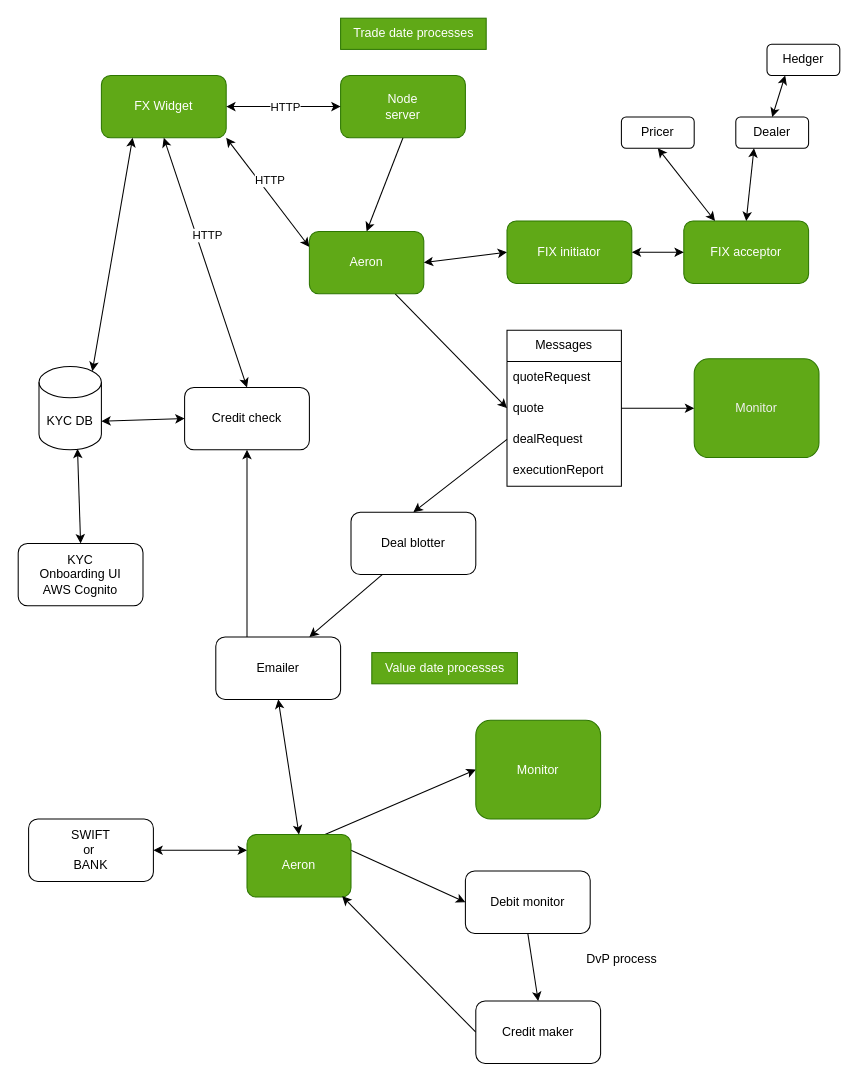
This is arch.drawio from rupweb/ws-front-end, a draw.io file, before an edit. Source tidied: cells renumbered, new cells numbered last; positions are measured from the earlier drawing's top-left corner, leaving out a move shared by most shapes. Both pictures are drawn from the tidied source at 104%, with x=0, y=0 at pixel (18, 18).
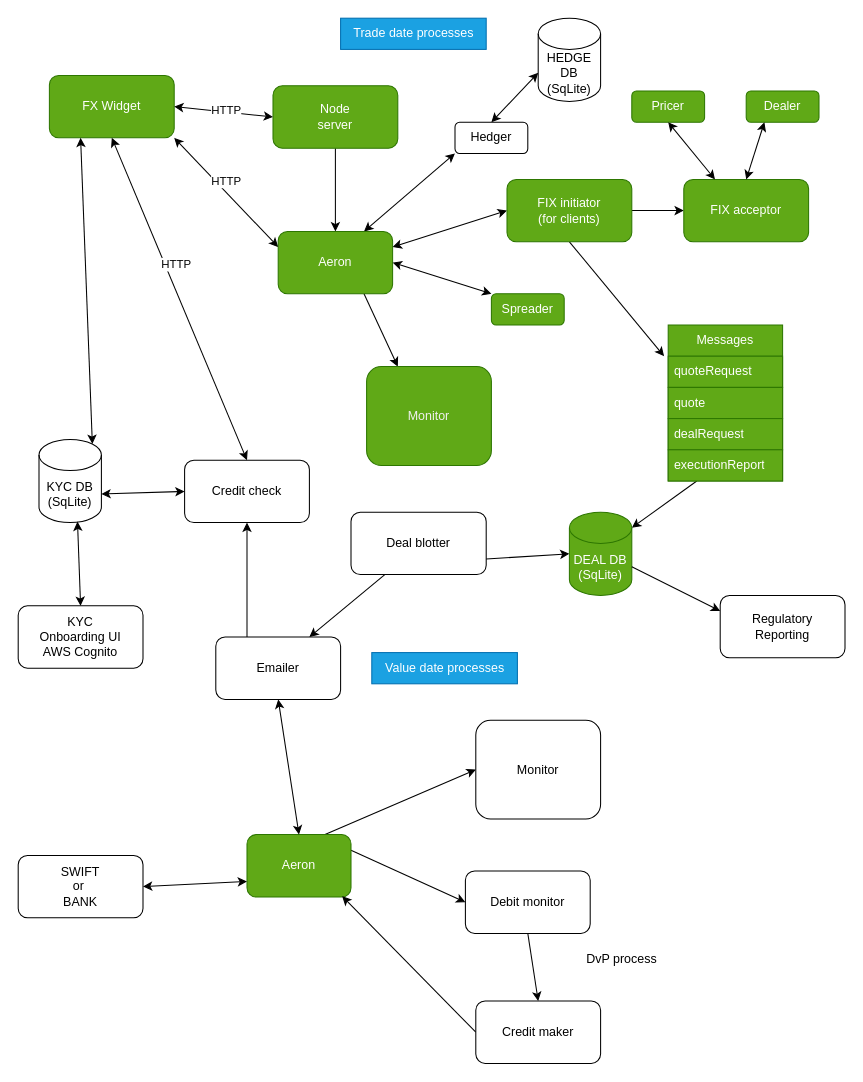
The same page after the edit.

Commit message (it also covers changes not shown here):
Update aeron channels. Get spreader & hedger going

The change refers to these unchanged cells:
```xml
<mxCell id="48" value="Aeron" style="rounded=1;whiteSpace=wrap;html=1;fillColor=#60a917;fontColor=#ffffff;strokeColor=#2D7600;" parent="1" vertex="1">
  <mxGeometry x="220" y="785" width="100" height="60" as="geometry" />
</mxCell>
```

Change to the diagram source:
```diff
@@
     <mxCell id="2" value="FX Widget" style="rounded=1;whiteSpace=wrap;html=1;fillColor=#60a917;fontColor=#ffffff;strokeColor=#2D7600;" parent="1" vertex="1">
-      <mxGeometry x="80" y="55" width="120" height="60" as="geometry" />
+      <mxGeometry x="30" y="55" width="120" height="60" as="geometry" />
     </mxCell>
@@
     <mxCell id="4" value="Node&lt;br&gt;server" style="rounded=1;whiteSpace=wrap;html=1;fillColor=#60a917;fontColor=#ffffff;strokeColor=#2D7600;" parent="1" vertex="1">
-      <mxGeometry x="310" y="55" width="120" height="60" as="geometry" />
+      <mxGeometry x="245" y="65" width="120" height="60" as="geometry" />
     </mxCell>
@@
+    <mxCell id="55" style="edgeStyle=none;html=1;exitX=0.25;exitY=1;exitDx=0;exitDy=0;entryX=1;entryY=0;entryDx=0;entryDy=15;entryPerimeter=0;" parent="1" edge="1" source="7" target="63">
+      <mxGeometry relative="1" as="geometry" />
+    </mxCell>
-    <mxCell id="7" value="Messages" style="swimlane;fontStyle=0;horizontal=1;startSize=30;whiteSpace=wrap;html=1;" parent="1" vertex="1">
-      <mxGeometry x="470" y="300" width="110" height="150" as="geometry" />
+    <mxCell id="7" value="Messages" style="swimlane;fontStyle=0;horizontal=1;startSize=30;whiteSpace=wrap;html=1;fillColor=#60a917;fontColor=#ffffff;strokeColor=#2D7600;" parent="1" vertex="1">
+      <mxGeometry x="625" y="295" width="110" height="150" as="geometry" />
     </mxCell>
-    <mxCell id="8" value="quoteRequest" style="text;strokeColor=none;fillColor=none;align=left;verticalAlign=middle;spacingLeft=4;spacingRight=4;overflow=hidden;whiteSpace=wrap;html=1;" parent="7" vertex="1">
+    <mxCell id="8" value="quoteRequest" style="text;strokeColor=#2D7600;fillColor=#60a917;align=left;verticalAlign=middle;spacingLeft=4;spacingRight=4;overflow=hidden;whiteSpace=wrap;html=1;fontColor=#ffffff;" parent="7" vertex="1">
       <mxGeometry y="30" width="110" height="30" as="geometry" />
     </mxCell>
-    <mxCell id="9" value="quote" style="text;strokeColor=none;fillColor=none;align=left;verticalAlign=middle;spacingLeft=4;spacingRight=4;overflow=hidden;points=[[0,0.5],[1,0.5]];portConstraint=eastwest;whiteSpace=wrap;html=1;" parent="7" vertex="1">
+    <mxCell id="9" value="quote" style="text;strokeColor=#2D7600;fillColor=#60a917;align=left;verticalAlign=middle;spacingLeft=4;spacingRight=4;overflow=hidden;points=[[0,0.5],[1,0.5]];portConstraint=eastwest;whiteSpace=wrap;html=1;fontColor=#ffffff;" parent="7" vertex="1">
       <mxGeometry y="60" width="110" height="30" as="geometry" />
     </mxCell>
-    <mxCell id="10" value="dealRequest" style="text;strokeColor=none;fillColor=none;align=left;verticalAlign=middle;spacingLeft=4;spacingRight=4;overflow=hidden;points=[[0,0.5],[1,0.5]];portConstraint=eastwest;whiteSpace=wrap;html=1;" parent="7" vertex="1">
+    <mxCell id="10" value="dealRequest" style="text;strokeColor=#2D7600;fillColor=#60a917;align=left;verticalAlign=middle;spacingLeft=4;spacingRight=4;overflow=hidden;points=[[0,0.5],[1,0.5]];portConstraint=eastwest;whiteSpace=wrap;html=1;fontColor=#ffffff;" parent="7" vertex="1">
       <mxGeometry y="90" width="110" height="30" as="geometry" />
     </mxCell>
-    <mxCell id="11" value="executionReport" style="text;strokeColor=none;fillColor=none;align=left;verticalAlign=middle;spacingLeft=4;spacingRight=4;overflow=hidden;whiteSpace=wrap;html=1;" parent="7" vertex="1">
+    <mxCell id="11" value="executionReport" style="text;strokeColor=#2D7600;fillColor=#60a917;align=left;verticalAlign=middle;spacingLeft=4;spacingRight=4;overflow=hidden;whiteSpace=wrap;html=1;fontColor=#ffffff;" parent="7" vertex="1">
       <mxGeometry y="120" width="110" height="30" as="geometry" />
     </mxCell>
     <mxCell id="12" value="KYC &lt;br&gt;Onboarding UI&lt;br&gt;AWS Cognito" style="rounded=1;whiteSpace=wrap;html=1;" parent="1" vertex="1">
-      <mxGeometry y="505" width="120" height="60" as="geometry" />
+      <mxGeometry y="565" width="120" height="60" as="geometry" />
     </mxCell>
@@
-    <mxCell id="15" style="edgeStyle=none;html=1;exitX=0.75;exitY=1;exitDx=0;exitDy=0;entryX=0;entryY=0.5;entryDx=0;entryDy=0;" parent="1" edge="1" source="16" target="9">
-      <mxGeometry relative="1" as="geometry" />
-    </mxCell>
+    <mxCell id="56" style="edgeStyle=none;html=1;exitX=0.75;exitY=1;exitDx=0;exitDy=0;entryX=0.25;entryY=0;entryDx=0;entryDy=0;" parent="1" edge="1" source="16" target="20">
+      <mxGeometry relative="1" as="geometry" />
+    </mxCell>
+    <mxCell id="57" style="edgeStyle=none;html=1;exitX=1;exitY=0.25;exitDx=0;exitDy=0;entryX=0;entryY=0.5;entryDx=0;entryDy=0;startArrow=classic;startFill=1;" parent="1" edge="1" source="16" target="29">
+      <mxGeometry relative="1" as="geometry" />
+    </mxCell>
+    <mxCell id="58" style="edgeStyle=none;html=1;exitX=0.75;exitY=0;exitDx=0;exitDy=0;entryX=0;entryY=1;entryDx=0;entryDy=0;startArrow=classic;startFill=1;" parent="1" edge="1" source="16" target="35">
+      <mxGeometry relative="1" as="geometry" />
+    </mxCell>
     <mxCell id="16" value="Aeron" style="rounded=1;whiteSpace=wrap;html=1;strokeColor=#2D7600;fillColor=#60a917;fontColor=#ffffff;" parent="1" vertex="1">
-      <mxGeometry x="280" y="205" width="110" height="60" as="geometry" />
+      <mxGeometry x="250" y="205" width="110" height="60" as="geometry" />
     </mxCell>
-    <mxCell id="17" value="KYC DB" style="shape=cylinder3;whiteSpace=wrap;html=1;boundedLbl=1;backgroundOutline=1;size=15;" parent="1" vertex="1">
-      <mxGeometry x="20" y="335" width="60" height="80" as="geometry" />
+    <mxCell id="17" value="KYC DB&lt;br&gt;(SqLite)" style="shape=cylinder3;whiteSpace=wrap;html=1;boundedLbl=1;backgroundOutline=1;size=15;" parent="1" vertex="1">
+      <mxGeometry x="20" y="405" width="60" height="80" as="geometry" />
     </mxCell>
@@
     <mxCell id="20" value="&lt;font color=&quot;#f0f0f0&quot;&gt;Monitor&lt;/font&gt;" style="rounded=1;whiteSpace=wrap;html=1;fillColor=#60a917;fontColor=#ffffff;strokeColor=#2D7600;" parent="1" vertex="1">
-      <mxGeometry x="650" y="327.5" width="120" height="95" as="geometry" />
+      <mxGeometry x="335" y="335" width="120" height="95" as="geometry" />
     </mxCell>
-    <mxCell id="21" style="edgeStyle=none;html=1;exitX=1;exitY=0.5;exitDx=0;exitDy=0;entryX=0;entryY=0.5;entryDx=0;entryDy=0;" parent="1" edge="1" source="9" target="20">
-      <mxGeometry relative="1" as="geometry" />
-    </mxCell>
     <mxCell id="22" value="Credit check" style="rounded=1;whiteSpace=wrap;html=1;" parent="1" vertex="1">
-      <mxGeometry x="160" y="355" width="120" height="60" as="geometry" />
+      <mxGeometry x="160" y="425" width="120" height="60" as="geometry" />
     </mxCell>
@@
     <mxCell id="27" value="Deal blotter" style="rounded=1;whiteSpace=wrap;html=1;" parent="1" vertex="1">
-      <mxGeometry x="320" y="475" width="120" height="60" as="geometry" />
+      <mxGeometry x="320" y="475" width="130" height="60" as="geometry" />
     </mxCell>
-    <mxCell id="28" style="edgeStyle=none;html=1;exitX=0;exitY=0.5;exitDx=0;exitDy=0;entryX=0.5;entryY=0;entryDx=0;entryDy=0;" parent="1" edge="1" source="10" target="27">
-      <mxGeometry relative="1" as="geometry" />
-    </mxCell>
+    <mxCell id="59" style="edgeStyle=none;html=1;exitX=1;exitY=0.5;exitDx=0;exitDy=0;entryX=0;entryY=0.5;entryDx=0;entryDy=0;" parent="1" edge="1" source="29" target="30">
+      <mxGeometry relative="1" as="geometry" />
+    </mxCell>
+    <mxCell id="60" style="edgeStyle=none;html=1;exitX=0.5;exitY=1;exitDx=0;exitDy=0;entryX=-0.036;entryY=0.2;entryDx=0;entryDy=0;entryPerimeter=0;" parent="1" edge="1" source="29" target="7">
+      <mxGeometry relative="1" as="geometry" />
+    </mxCell>
-    <mxCell id="29" value="FIX initiator" style="rounded=1;whiteSpace=wrap;html=1;fillColor=#60a917;fontColor=#ffffff;strokeColor=#2D7600;" parent="1" vertex="1">
-      <mxGeometry x="470" y="195" width="120" height="60" as="geometry" />
+    <mxCell id="29" value="FIX initiator&lt;br&gt;(for clients)" style="rounded=1;whiteSpace=wrap;html=1;fillColor=#60a917;fontColor=#ffffff;strokeColor=#2D7600;" parent="1" vertex="1">
+      <mxGeometry x="470" y="155" width="120" height="60" as="geometry" />
     </mxCell>
     <mxCell id="30" value="FIX acceptor" style="rounded=1;whiteSpace=wrap;html=1;fillColor=#60a917;fontColor=#ffffff;strokeColor=#2D7600;" parent="1" vertex="1">
-      <mxGeometry x="640" y="195" width="120" height="60" as="geometry" />
+      <mxGeometry x="640" y="155" width="120" height="60" as="geometry" />
     </mxCell>
-    <mxCell id="31" style="endArrow=classic;startArrow=classic;html=1;entryX=1;entryY=0.5;entryDx=0;entryDy=0;exitX=0;exitY=0.5;exitDx=0;exitDy=0;" parent="1" edge="1" source="30" target="29">
-      <mxGeometry relative="1" as="geometry" />
-    </mxCell>
-    <mxCell id="32" style="endArrow=classic;startArrow=classic;html=1;exitX=0;exitY=0.5;exitDx=0;exitDy=0;entryX=1;entryY=0.5;entryDx=0;entryDy=0;" parent="1" edge="1" source="29" target="16">
-      <mxGeometry relative="1" as="geometry" />
-    </mxCell>
-    <mxCell id="33" value="Pricer" style="rounded=1;whiteSpace=wrap;html=1;" parent="1" vertex="1">
-      <mxGeometry x="580" y="95" width="70" height="30" as="geometry" />
+    <mxCell id="33" value="Pricer" style="rounded=1;whiteSpace=wrap;html=1;fillColor=#60a917;fontColor=#ffffff;strokeColor=#2D7600;" parent="1" vertex="1">
+      <mxGeometry x="590" y="70" width="70" height="30" as="geometry" />
     </mxCell>
-    <mxCell id="34" value="Dealer" style="rounded=1;whiteSpace=wrap;html=1;" parent="1" vertex="1">
-      <mxGeometry x="690" y="95" width="70" height="30" as="geometry" />
+    <mxCell id="34" value="Dealer" style="rounded=1;whiteSpace=wrap;html=1;fillColor=#60a917;fontColor=#ffffff;strokeColor=#2D7600;" parent="1" vertex="1">
+      <mxGeometry x="700" y="70" width="70" height="30" as="geometry" />
     </mxCell>
-    <mxCell id="35" value="Hedger" style="rounded=1;whiteSpace=wrap;html=1;" parent="1" vertex="1">
-      <mxGeometry x="720" y="25" width="70" height="30" as="geometry" />
-    </mxCell>
@@
-    <mxCell id="38" style="endArrow=classic;startArrow=classic;html=1;entryX=0.5;entryY=0;entryDx=0;entryDy=0;exitX=0.25;exitY=1;exitDx=0;exitDy=0;" parent="1" edge="1" source="35" target="34">
-      <mxGeometry relative="1" as="geometry" />
-    </mxCell>
-    <mxCell id="39" value="Trade date processes" style="text;html=1;align=center;verticalAlign=middle;strokeColor=#2D7600;fillColor=#60a917;fontColor=#ffffff;" parent="1" vertex="1">
+    <mxCell id="39" value="Trade date processes" style="text;html=1;align=center;verticalAlign=middle;strokeColor=#006EAF;fillColor=#1ba1e2;fontColor=#ffffff;" parent="1" vertex="1">
       <mxGeometry x="310" width="140" height="30" as="geometry" />
     </mxCell>
-    <mxCell id="40" value="Value date processes" style="text;html=1;align=center;verticalAlign=middle;strokeColor=#2D7600;fillColor=#60a917;fontColor=#ffffff;" parent="1" vertex="1">
+    <mxCell id="40" value="Value date processes" style="text;html=1;align=center;verticalAlign=middle;strokeColor=#006EAF;fillColor=#1ba1e2;fontColor=#ffffff;" parent="1" vertex="1">
       <mxGeometry x="340" y="610" width="140" height="30" as="geometry" />
     </mxCell>
@@
     <mxCell id="43" value="SWIFT&lt;br&gt;or&amp;nbsp;&lt;br&gt;BANK" style="rounded=1;whiteSpace=wrap;html=1;" parent="1" vertex="1">
-      <mxGeometry x="10" y="770" width="120" height="60" as="geometry" />
+      <mxGeometry y="805" width="120" height="60" as="geometry" />
     </mxCell>
@@
-    <mxCell id="49" value="Monitor" style="rounded=1;whiteSpace=wrap;html=1;fillColor=#60a917;fontColor=#ffffff;strokeColor=#2D7600;" parent="1" vertex="1">
+    <mxCell id="49" value="Monitor" style="rounded=1;whiteSpace=wrap;html=1;" parent="1" vertex="1">
       <mxGeometry x="440" y="675" width="120" height="95" as="geometry" />
     </mxCell>
-    <mxCell id="50" style="endArrow=classic;startArrow=classic;html=1;entryX=1;entryY=0.5;entryDx=0;entryDy=0;exitX=0;exitY=0.25;exitDx=0;exitDy=0;" parent="1" edge="1" source="48" target="43">
+    <mxCell id="50" style="endArrow=classic;startArrow=classic;html=1;entryX=1;entryY=0.5;entryDx=0;entryDy=0;exitX=0;exitY=0.75;exitDx=0;exitDy=0;" parent="1" edge="1" source="48" target="43">
       <mxGeometry relative="1" as="geometry" />
     </mxCell>
@@
+    <mxCell id="61" value="Regulatory&lt;br&gt;Reporting" style="rounded=1;whiteSpace=wrap;html=1;" parent="1" vertex="1">
+      <mxGeometry x="675" y="555" width="120" height="60" as="geometry" />
+    </mxCell>
+    <mxCell id="62" style="edgeStyle=none;html=1;exitX=1;exitY=0.75;exitDx=0;exitDy=0;entryX=0;entryY=0.5;entryDx=0;entryDy=0;entryPerimeter=0;" parent="1" edge="1" source="27" target="63">
+      <mxGeometry relative="1" as="geometry" />
+    </mxCell>
+    <mxCell id="63" value="DEAL DB&lt;br&gt;(SqLite)" style="shape=cylinder3;whiteSpace=wrap;html=1;boundedLbl=1;backgroundOutline=1;size=15;fillColor=#60a917;fontColor=#ffffff;strokeColor=#2D7600;" parent="1" vertex="1">
+      <mxGeometry x="530" y="475" width="60" height="80" as="geometry" />
+    </mxCell>
+    <mxCell id="64" style="edgeStyle=none;html=1;exitX=1;exitY=0;exitDx=0;exitDy=52.5;entryX=0;entryY=0.25;entryDx=0;entryDy=0;exitPerimeter=0;" parent="1" edge="1" source="63" target="61">
+      <mxGeometry relative="1" as="geometry" />
+    </mxCell>
+    <mxCell id="65" value="Spreader" style="rounded=1;whiteSpace=wrap;html=1;fillColor=#60a917;fontColor=#ffffff;strokeColor=#2D7600;" parent="1" vertex="1">
+      <mxGeometry x="455" y="265" width="70" height="30" as="geometry" />
+    </mxCell>
+    <mxCell id="66" style="edgeStyle=none;html=1;exitX=0;exitY=0;exitDx=0;exitDy=0;entryX=1;entryY=0.5;entryDx=0;entryDy=0;startArrow=classic;startFill=1;" parent="1" edge="1" source="65" target="16">
+      <mxGeometry relative="1" as="geometry" />
+    </mxCell>
+    <mxCell id="67" style="edgeStyle=none;html=1;exitX=0.5;exitY=0;exitDx=0;exitDy=0;entryX=0;entryY=0;entryDx=0;entryDy=52.5;entryPerimeter=0;startArrow=classic;startFill=1;" parent="1" edge="1" source="35" target="68">
+      <mxGeometry relative="1" as="geometry" />
+    </mxCell>
+    <mxCell id="35" value="Hedger" style="rounded=1;whiteSpace=wrap;html=1;" parent="1" vertex="1">
+      <mxGeometry x="420" y="100" width="70" height="30" as="geometry" />
+    </mxCell>
+    <mxCell id="68" value="HEDGE DB&lt;br&gt;(SqLite)" style="shape=cylinder3;whiteSpace=wrap;html=1;boundedLbl=1;backgroundOutline=1;size=15;" parent="1" vertex="1">
+      <mxGeometry x="500" width="60" height="80" as="geometry" />
+    </mxCell>
```
